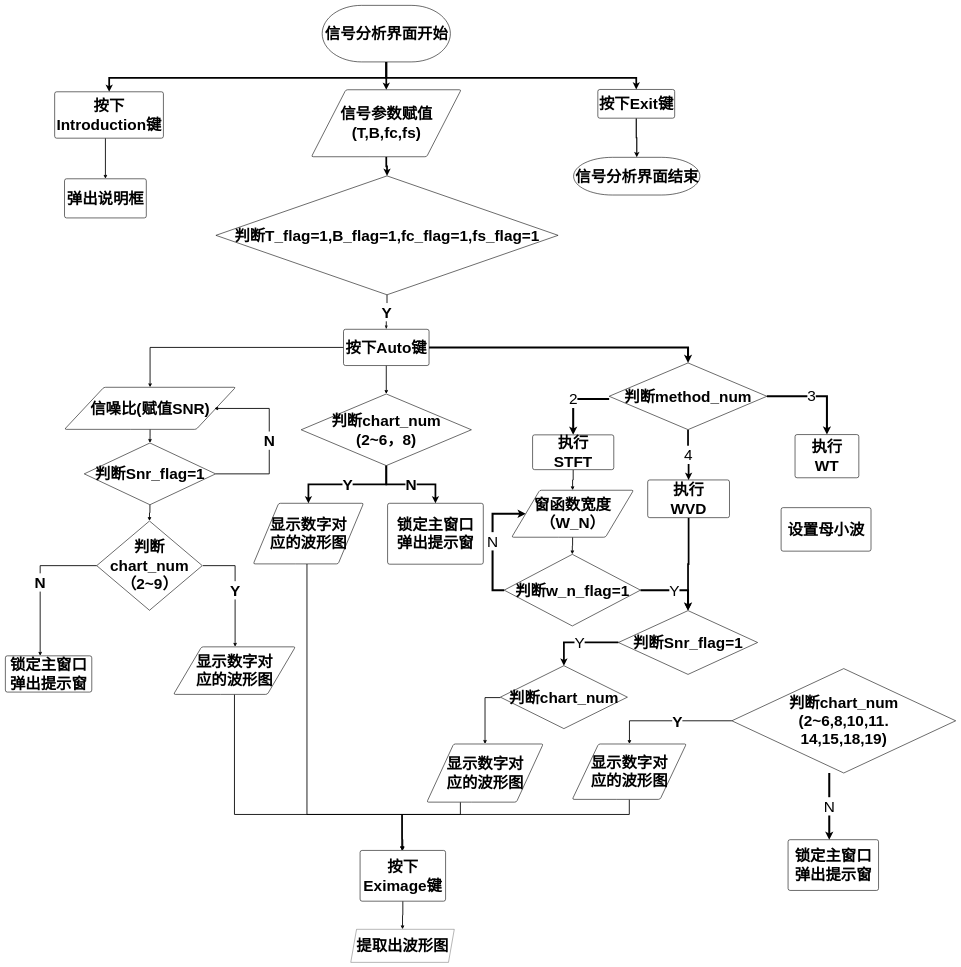
This is TFA.drawio from Being-Chip/hello-world, a draw.io file, before an edit. Source tidied: cells renumbered, new cells numbered last; positions are measured from the earlier drawing's top-left corner, leaving out a move shared by most shapes. Both pictures are drawn from the tidied source at 29%, with x=0, y=0 at pixel (5, 5).
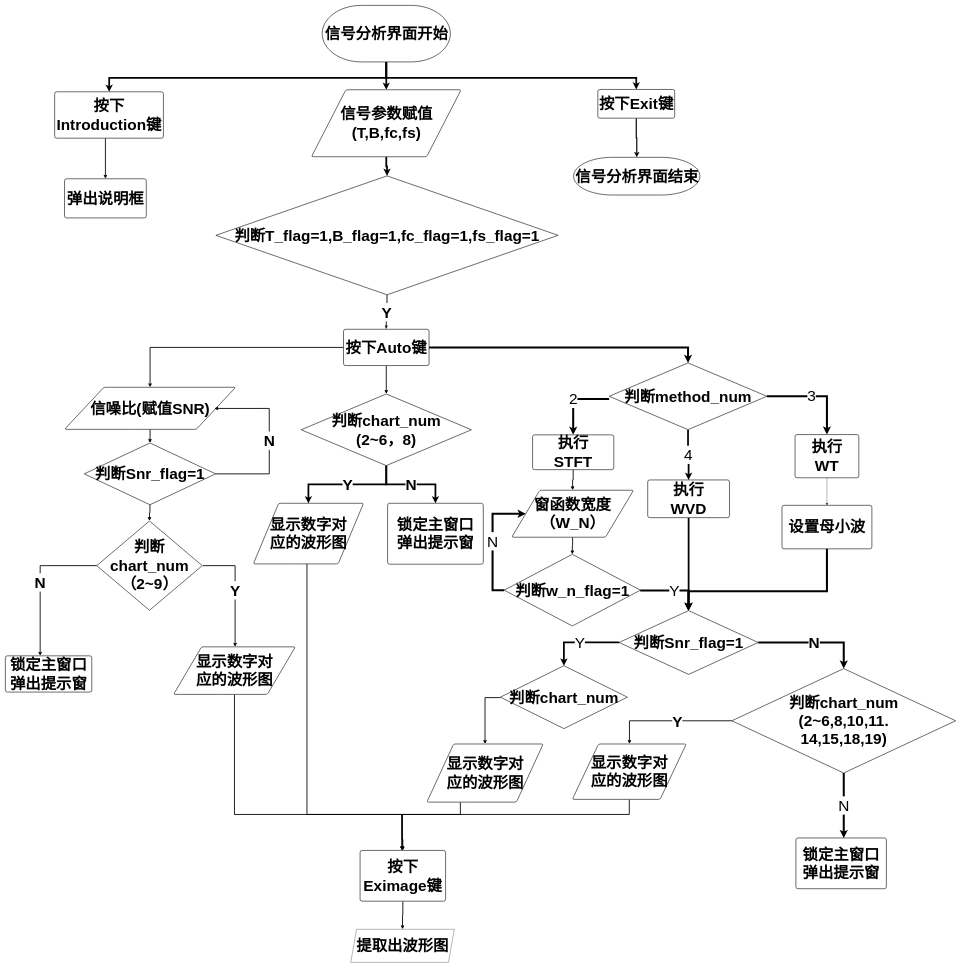
The same page after the edit.

Unchanged cells that the change refers to:
```xml
<mxCell id="26" value="执行&lt;br&gt;WT" style="rounded=1;whiteSpace=wrap;html=1;absoluteArcSize=1;arcSize=14;strokeWidth=2;fontSize=53;fontStyle=1;" parent="1" vertex="1">
  <mxGeometry x="2723" y="1480" width="220" height="149" as="geometry" />
</mxCell>
<mxCell id="43" value="判断w_n_flag=1" style="strokeWidth=2;html=1;shape=mxgraph.flowchart.decision;whiteSpace=wrap;fontSize=53;fontStyle=1;" parent="1" vertex="1">
  <mxGeometry x="1720" y="1893" width="470" height="247" as="geometry" />
</mxCell>
<mxCell id="50" value="判断chart_num&lt;br style=&quot;font-size: 53px;&quot;&gt;(2~6,8,10,11.&lt;br style=&quot;font-size: 53px;&quot;&gt;14,15,18,19)" style="strokeWidth=2;html=1;shape=mxgraph.flowchart.decision;whiteSpace=wrap;fontSize=53;fontStyle=1;" parent="1" vertex="1">
  <mxGeometry x="2505" y="2287" width="772" height="360" as="geometry" />
</mxCell>
```

Change to the diagram source:
```diff
@@
+    <mxCell id="69" style="edgeStyle=orthogonalEdgeStyle;rounded=0;jettySize=auto;html=1;" parent="1" edge="1" source="26" target="46">
+      <mxGeometry relative="1" as="geometry" />
+    </mxCell>
@@
-    <mxCell id="41" value="Y" style="edgeStyle=orthogonalEdgeStyle;rounded=0;jettySize=auto;html=1;entryX=0.5;entryY=0;entryDx=0;entryDy=0;entryPerimeter=0;fontSize=53;strokeWidth=7;exitX=1;exitY=0.5;exitDx=0;exitDy=0;exitPerimeter=0;" parent="1" edge="1" source="43" target="45">
-      <mxGeometry relative="1" as="geometry" />
+    <mxCell id="41" value="Y" style="edgeStyle=orthogonalEdgeStyle;rounded=0;orthogonalLoop=1;jettySize=auto;html=1;entryX=0.5;entryY=0;entryDx=0;entryDy=0;entryPerimeter=0;fontSize=53;strokeWidth=7;exitX=1;exitY=0.5;exitDx=0;exitDy=0;exitPerimeter=0;" parent="1" edge="1">
+      <mxGeometry relative="1" as="geometry">
+        <mxPoint x="2189" y="2017.5" as="sourcePoint" />
+        <mxPoint x="2355" y="2088" as="targetPoint" />
+      </mxGeometry>
     </mxCell>
@@
+    <mxCell id="70" value="N" style="edgeStyle=orthogonalEdgeStyle;rounded=0;jettySize=auto;html=1;entryX=0.5;entryY=0;entryDx=0;entryDy=0;entryPerimeter=0;strokeWidth=7;fontSize=53;fontStyle=1;" parent="1" edge="1" source="45" target="50">
+      <mxGeometry relative="1" as="geometry">
+        <Array as="points">
+          <mxPoint x="2891" y="2197" />
+        </Array>
+      </mxGeometry>
+    </mxCell>
     <mxCell id="45" value="判断Snr_flag=1" style="strokeWidth=2;html=1;shape=mxgraph.flowchart.decision;whiteSpace=wrap;fontSize=53;fontStyle=1;" parent="1" vertex="1">
-      <mxGeometry x="2114" y="2087" width="480" height="220" as="geometry" />
+      <mxGeometry x="2116" y="2087" width="480" height="220" as="geometry" />
     </mxCell>
+    <mxCell id="71" style="edgeStyle=orthogonalEdgeStyle;rounded=0;jettySize=auto;html=1;strokeWidth=7;" parent="1" edge="1" source="46" target="45">
+      <mxGeometry relative="1" as="geometry">
+        <Array as="points">
+          <mxPoint x="2833" y="2020" />
+          <mxPoint x="2356" y="2020" />
+        </Array>
+      </mxGeometry>
+    </mxCell>
     <mxCell id="46" value="设置母小波" style="rounded=1;whiteSpace=wrap;html=1;absoluteArcSize=1;arcSize=14;strokeWidth=2;fontSize=53;fontStyle=1;" parent="1" vertex="1">
-      <mxGeometry x="2675" y="1732" width="310" height="150" as="geometry" />
+      <mxGeometry x="2678" y="1724" width="310" height="150" as="geometry" />
     </mxCell>
@@
-    <mxCell id="49" value="N" style="edgeStyle=orthogonalEdgeStyle;rounded=0;jettySize=auto;html=1;fontSize=53;strokeWidth=7;" parent="1" edge="1" source="50" target="51">
+    <mxCell id="49" value="N" style="edgeStyle=orthogonalEdgeStyle;rounded=0;jettySize=auto;html=1;fontSize=53;strokeWidth=7;" parent="1" edge="1" target="51">
       <mxGeometry relative="1" as="geometry">
+        <mxPoint x="2891" y="2647" as="sourcePoint" />
         <Array as="points">
-          <mxPoint x="2841" y="2729" />
-          <mxPoint x="2841" y="2729" />
+          <mxPoint x="2891" y="2729" />
+          <mxPoint x="2891" y="2729" />
         </Array>
       </mxGeometry>
     </mxCell>
@@
     <mxCell id="51" value="锁定主窗口&lt;br style=&quot;font-size: 53px;&quot;&gt;弹出提示窗" style="rounded=1;whiteSpace=wrap;html=1;absoluteArcSize=1;arcSize=14;strokeWidth=2;fontSize=53;fontStyle=1;" parent="1" vertex="1">
-      <mxGeometry x="2699" y="2877" width="312" height="175" as="geometry" />
+      <mxGeometry x="2726" y="2871" width="312" height="175" as="geometry" />
     </mxCell>
```
